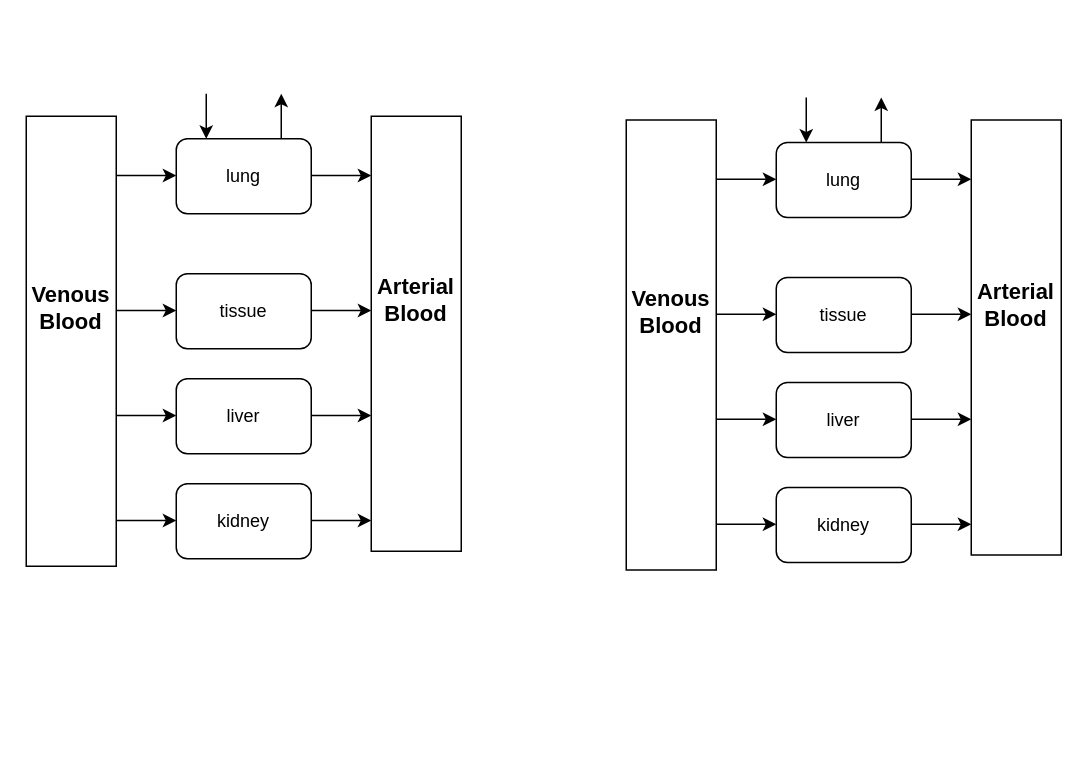
Before: Untitled Diagram.drawio in tienmt/pbpk_plot_draw.io, a draw.io diagram. Source tidied: cells renumbered, new cells numbered last; positions are measured from the earlier drawing's top-left corner, leaving out a move shared by most shapes. Both pictures are drawn from the tidied source at 150%, with x=0, y=0 at pixel (26, 93).
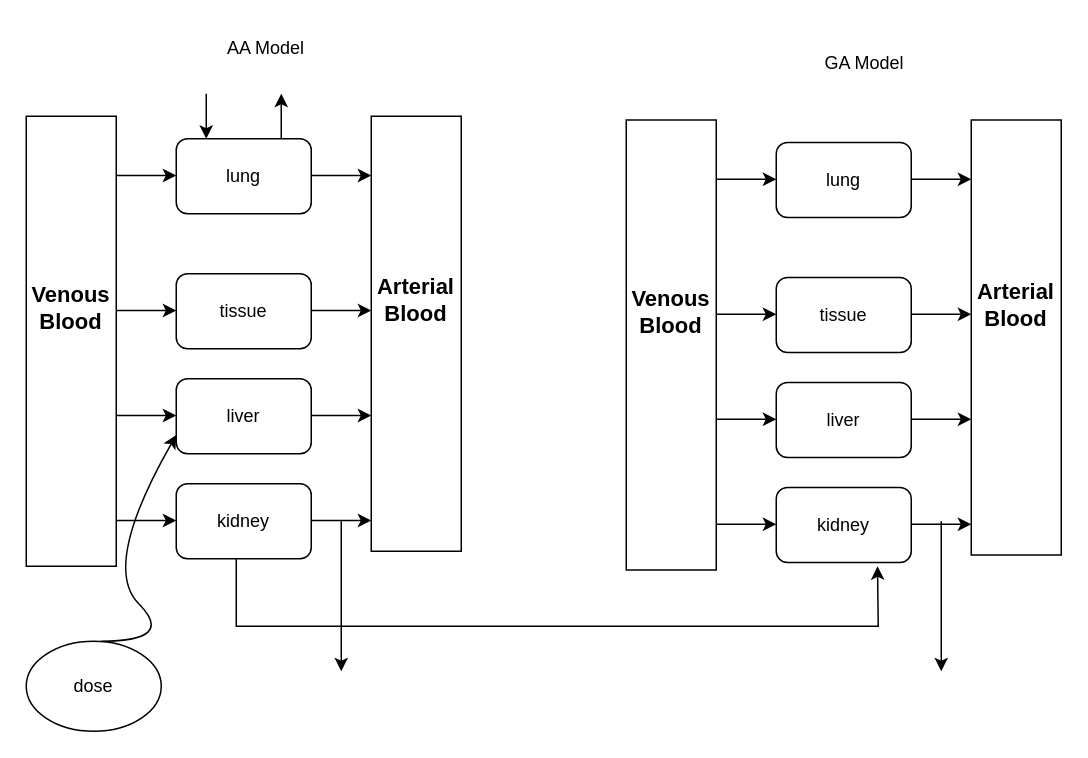
Above is the later version.

Unchanged cells that the change refers to:
```xml
<mxCell id="4" value="liver" style="rounded=1;whiteSpace=wrap;html=1;" parent="1" vertex="1">
  <mxGeometry x="100" y="190" width="90" height="50" as="geometry" />
</mxCell>
```

What changed in the source:
```diff
@@
-    <mxCell id="32" style="endArrow=classic;html=1;rounded=0;" parent="1" edge="1">
-      <mxGeometry relative="1" as="geometry">
-        <mxPoint x="570" y="32.5" as="sourcePoint" />
-        <mxPoint x="570" y="2.5" as="targetPoint" />
-      </mxGeometry>
-    </mxCell>
-    <mxCell id="33" style="endArrow=classic;html=1;rounded=0;" parent="1" edge="1">
-      <mxGeometry relative="1" as="geometry">
-        <mxPoint x="520" y="2.5" as="sourcePoint" />
-        <mxPoint x="520" y="32.5" as="targetPoint" />
-      </mxGeometry>
-    </mxCell>
+    <mxCell id="34" value="AA Model" style="text;strokeColor=none;align=center;fillColor=none;html=1;verticalAlign=middle;whiteSpace=wrap;rounded=0;" parent="1" vertex="1">
+      <mxGeometry x="130" y="-45" width="60" height="30" as="geometry" />
+    </mxCell>
+    <mxCell id="35" value="GA Model" style="text;strokeColor=none;align=center;fillColor=none;html=1;verticalAlign=middle;whiteSpace=wrap;rounded=0;" parent="1" vertex="1">
+      <mxGeometry x="529" y="-35" width="60" height="30" as="geometry" />
+    </mxCell>
+    <mxCell id="36" value="dose" style="ellipse;whiteSpace=wrap;html=1;" parent="1" vertex="1">
+      <mxGeometry y="365" width="90" height="60" as="geometry" />
+    </mxCell>
+    <mxCell id="37" style="curved=1;endArrow=classic;html=1;rounded=0;entryX=0;entryY=0.75;entryDx=0;entryDy=0;" parent="1" edge="1" target="4">
+      <mxGeometry relative="1" as="geometry">
+        <mxPoint x="50" y="365" as="sourcePoint" />
+        <Array as="points">
+          <mxPoint x="100" y="365" />
+          <mxPoint x="50" y="315" />
+        </Array>
+      </mxGeometry>
+    </mxCell>
+    <mxCell id="38" style="endArrow=classic;html=1;rounded=0;exitX=0.25;exitY=1;exitDx=0;exitDy=0;" parent="1" edge="1">
+      <mxGeometry relative="1" as="geometry">
+        <mxPoint x="140" y="310" as="sourcePoint" />
+        <mxPoint x="567.5" y="315" as="targetPoint" />
+        <Array as="points">
+          <mxPoint x="140" y="355" />
+          <mxPoint x="568" y="355" />
+        </Array>
+      </mxGeometry>
+    </mxCell>
+    <mxCell id="39" style="endArrow=classic;html=1;rounded=0;" parent="1" edge="1">
+      <mxGeometry relative="1" as="geometry">
+        <mxPoint x="210" y="285" as="sourcePoint" />
+        <mxPoint x="210" y="385" as="targetPoint" />
+      </mxGeometry>
+    </mxCell>
+    <mxCell id="40" style="endArrow=classic;html=1;rounded=0;" parent="1" edge="1">
+      <mxGeometry relative="1" as="geometry">
+        <mxPoint x="610" y="285" as="sourcePoint" />
+        <mxPoint x="610" y="385" as="targetPoint" />
+      </mxGeometry>
+    </mxCell>
```
